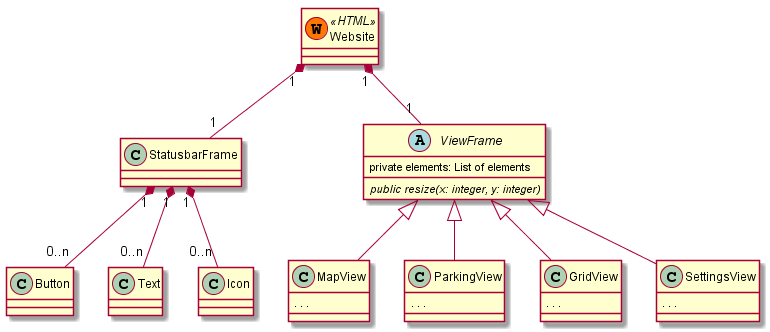
The PlantUML diagram Entwurf/diagrams/website.png in uzdry/PSE, before a commit. The source it was exported from:
```plantuml
@startuml

class Website <<(W,#FF7700)HTML>>{
}

class StatusbarFrame {
}

abstract class ViewFrame {
	private elements: List of elements
	{abstract} public resize(x: integer, y: integer)
}

class MapView extends ViewFrame{
. . .
}

class ParkingView extends ViewFrame{
. . .
}

class GridView extends ViewFrame{
. . .
}

class SettingsView extends ViewFrame{
. . .
}

Website "1"*--"1" StatusbarFrame
Website "1"*--"1" ViewFrame
StatusbarFrame "1"*--"0..n" Button
StatusbarFrame "1"*--"0..n" Text
StatusbarFrame "1"*--"0..n" Icon
@enduml
```
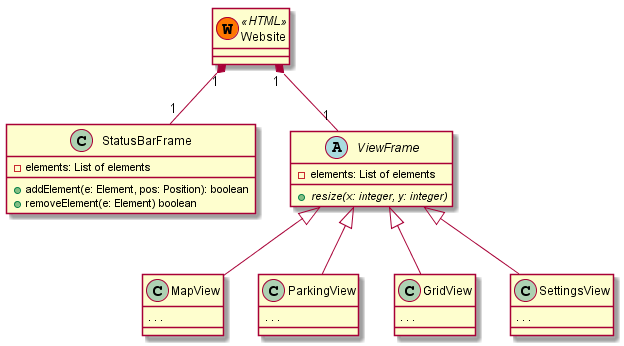
Above is the later version.

Diff of the diagram source:
```diff
@@ -3,12 +3,15 @@
 class Website <<(W,#FF7700)HTML>>{
 }
 
-class StatusbarFrame {
+class StatusBarFrame {
+	-elements: List of elements
+	+addElement(e: Element, pos: Position): boolean
+	+removeElement(e: Element) boolean
 }
 
 abstract class ViewFrame {
-	private elements: List of elements
-	{abstract} public resize(x: integer, y: integer)
+	-elements: List of elements
+	+{abstract} resize(x: integer, y: integer)
 }
 
 class MapView extends ViewFrame{
@@ -27,9 +30,7 @@
 . . .
 }
 
-Website "1"*--"1" StatusbarFrame
+Website "1"*--"1" StatusBarFrame
 Website "1"*--"1" ViewFrame
-StatusbarFrame "1"*--"0..n" Button
-StatusbarFrame "1"*--"0..n" Text
-StatusbarFrame "1"*--"0..n" Icon
+
 @enduml
```
